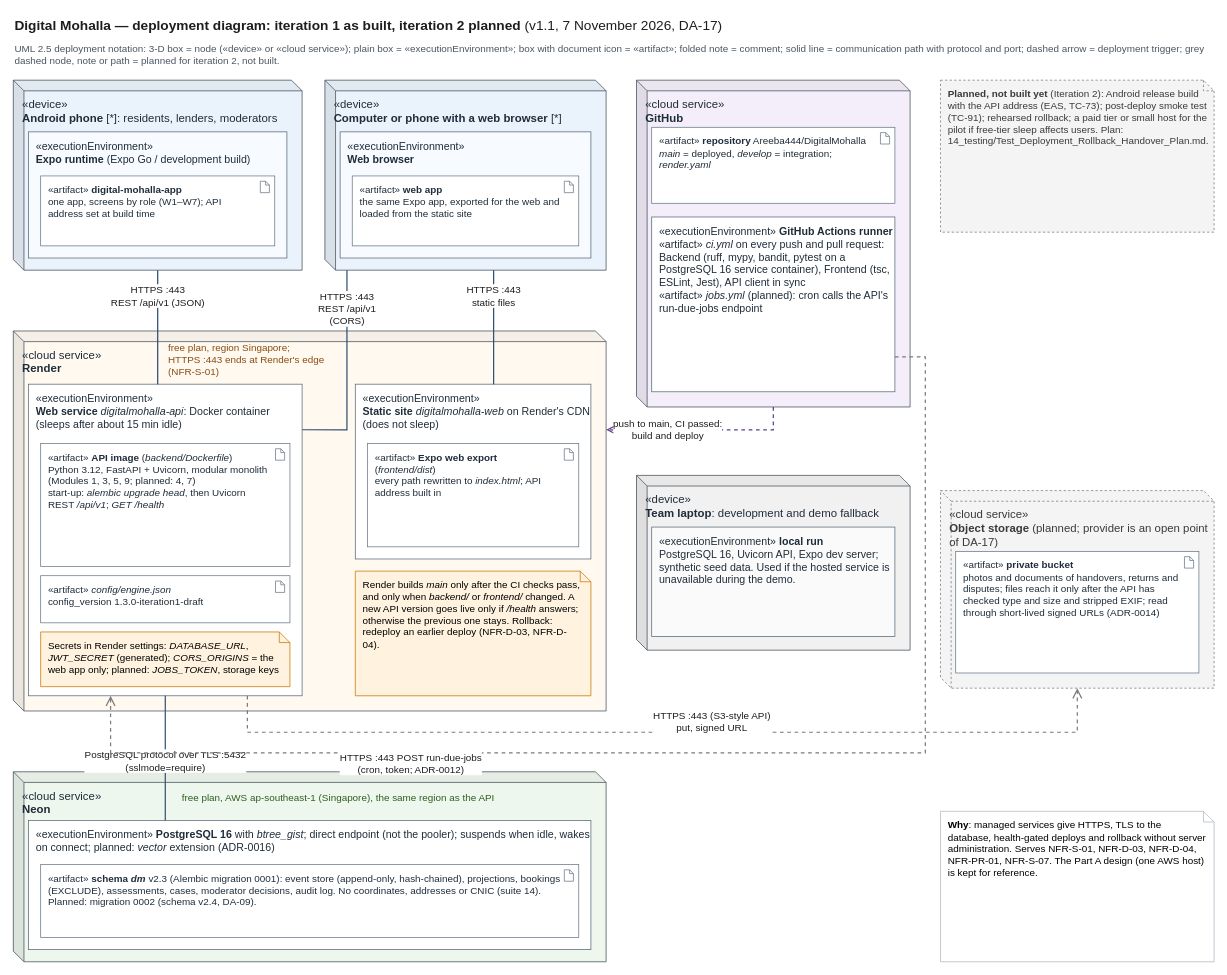
This is docs/design/04_deployment/deployment_diagram.drawio from Areeba444/DigitalMohalla, a draw.io file, before an edit. Source tidied: cells renumbered, new cells numbered last; positions are measured from the earlier drawing's top-left corner, leaving out a move shared by most shapes. Both pictures are drawn from the tidied source at 76%, with x=0, y=0 at pixel (13, 13).
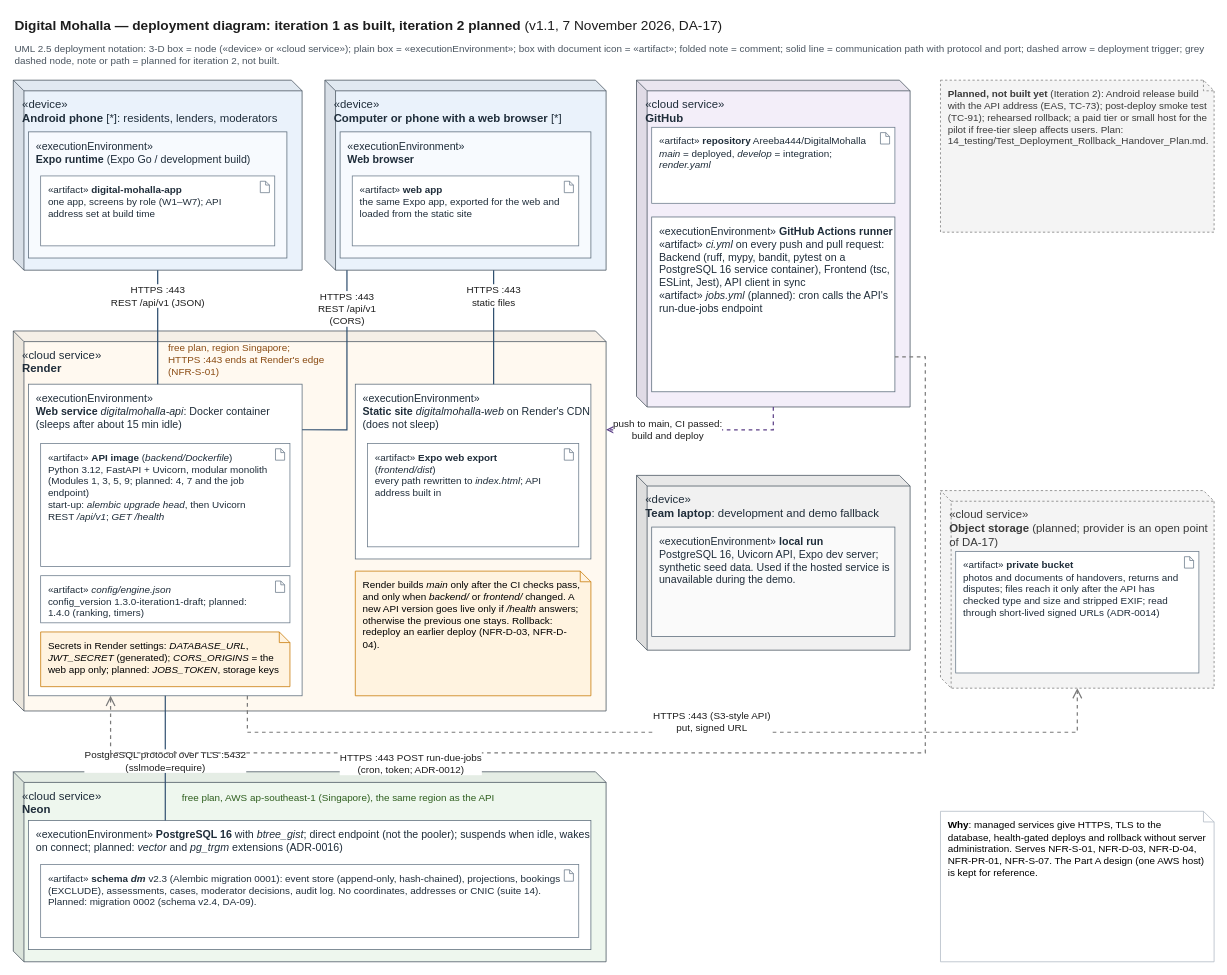
Above is the later version.

Commit message (it also covers changes not shown here):
design(deployment): pg_trgm and config 1.4.0 as planned (DA-17)

Neon lists the vector and pg_trgm extensions that migration 0002 needs; the API lists config 1.4.0 and the job endpoint as planned.

The edit, as a diff of the source:
```diff
@@
-    <mxCell id="19" value="&amp;#171;artifact&amp;#187; &lt;b&gt;API image&lt;/b&gt; (&lt;i&gt;backend/Dockerfile&lt;/i&gt;)&lt;br&gt;Python 3.12, FastAPI + Uvicorn, modular monolith (Modules 1, 3, 5, 9; planned: 4, 7)&lt;br&gt;start-up: &lt;i&gt;alembic upgrade head&lt;/i&gt;, then Uvicorn&lt;br&gt;REST &lt;i&gt;/api/v1&lt;/i&gt;; &lt;i&gt;GET /health&lt;/i&gt;" style="rounded=0;whiteSpace=wrap;html=1;align=left;verticalAlign=top;spacingLeft=8;spacingTop=4;spacingRight=24;fontSize=13;fillColor=#FFFFFF;strokeColor=#6A7A8A;fontColor=#1F2D3A;" parent="1" vertex="1">
+    <mxCell id="19" value="&amp;#171;artifact&amp;#187; &lt;b&gt;API image&lt;/b&gt; (&lt;i&gt;backend/Dockerfile&lt;/i&gt;)&lt;br&gt;Python 3.12, FastAPI + Uvicorn, modular monolith (Modules 1, 3, 5, 9; planned: 4, 7 and the job endpoint)&lt;br&gt;start-up: &lt;i&gt;alembic upgrade head&lt;/i&gt;, then Uvicorn&lt;br&gt;REST &lt;i&gt;/api/v1&lt;/i&gt;; &lt;i&gt;GET /health&lt;/i&gt;" style="rounded=0;whiteSpace=wrap;html=1;align=left;verticalAlign=top;spacingLeft=8;spacingTop=4;spacingRight=24;fontSize=13;fillColor=#FFFFFF;strokeColor=#6A7A8A;fontColor=#1F2D3A;" parent="1" vertex="1">
       <mxGeometry x="36" y="566" width="328" height="162" as="geometry" />
     </mxCell>
@@
-    <mxCell id="21" value="&amp;#171;artifact&amp;#187; &lt;i&gt;config/engine.json&lt;/i&gt;&lt;br&gt;config_version 1.3.0-iteration1-draft" style="rounded=0;whiteSpace=wrap;html=1;align=left;verticalAlign=top;spacingLeft=8;spacingTop=4;spacingRight=24;fontSize=13;fillColor=#FFFFFF;strokeColor=#6A7A8A;fontColor=#1F2D3A;" parent="1" vertex="1">
+    <mxCell id="21" value="&amp;#171;artifact&amp;#187; &lt;i&gt;config/engine.json&lt;/i&gt;&lt;br&gt;config_version 1.3.0-iteration1-draft; planned: 1.4.0 (ranking, timers)" style="rounded=0;whiteSpace=wrap;html=1;align=left;verticalAlign=top;spacingLeft=8;spacingTop=4;spacingRight=24;fontSize=13;fillColor=#FFFFFF;strokeColor=#6A7A8A;fontColor=#1F2D3A;" parent="1" vertex="1">
       <mxGeometry x="36" y="740" width="328" height="62" as="geometry" />
     </mxCell>
@@
-    <mxCell id="30" value="&amp;#171;executionEnvironment&amp;#187; &lt;b&gt;PostgreSQL 16&lt;/b&gt; with &lt;i&gt;btree_gist&lt;/i&gt;; direct endpoint (not the pooler); suspends when idle, wakes on connect; planned: &lt;i&gt;vector&lt;/i&gt; extension (ADR-0016)" style="rounded=0;whiteSpace=wrap;html=1;align=left;verticalAlign=top;spacingLeft=8;spacingTop=4;fontSize=14;strokeColor=#5B6B7A;fontColor=#1F2D3A;fillColor=#FFFFFF;" parent="1" vertex="1">
+    <mxCell id="30" value="&amp;#171;executionEnvironment&amp;#187; &lt;b&gt;PostgreSQL 16&lt;/b&gt; with &lt;i&gt;btree_gist&lt;/i&gt;; direct endpoint (not the pooler); suspends when idle, wakes on connect; planned: &lt;i&gt;vector&lt;/i&gt; and &lt;i&gt;pg_trgm&lt;/i&gt; extensions (ADR-0016)" style="rounded=0;whiteSpace=wrap;html=1;align=left;verticalAlign=top;spacingLeft=8;spacingTop=4;fontSize=14;strokeColor=#5B6B7A;fontColor=#1F2D3A;fillColor=#FFFFFF;" parent="1" vertex="1">
       <mxGeometry x="20" y="1062" width="740" height="170" as="geometry" />
     </mxCell>
```
